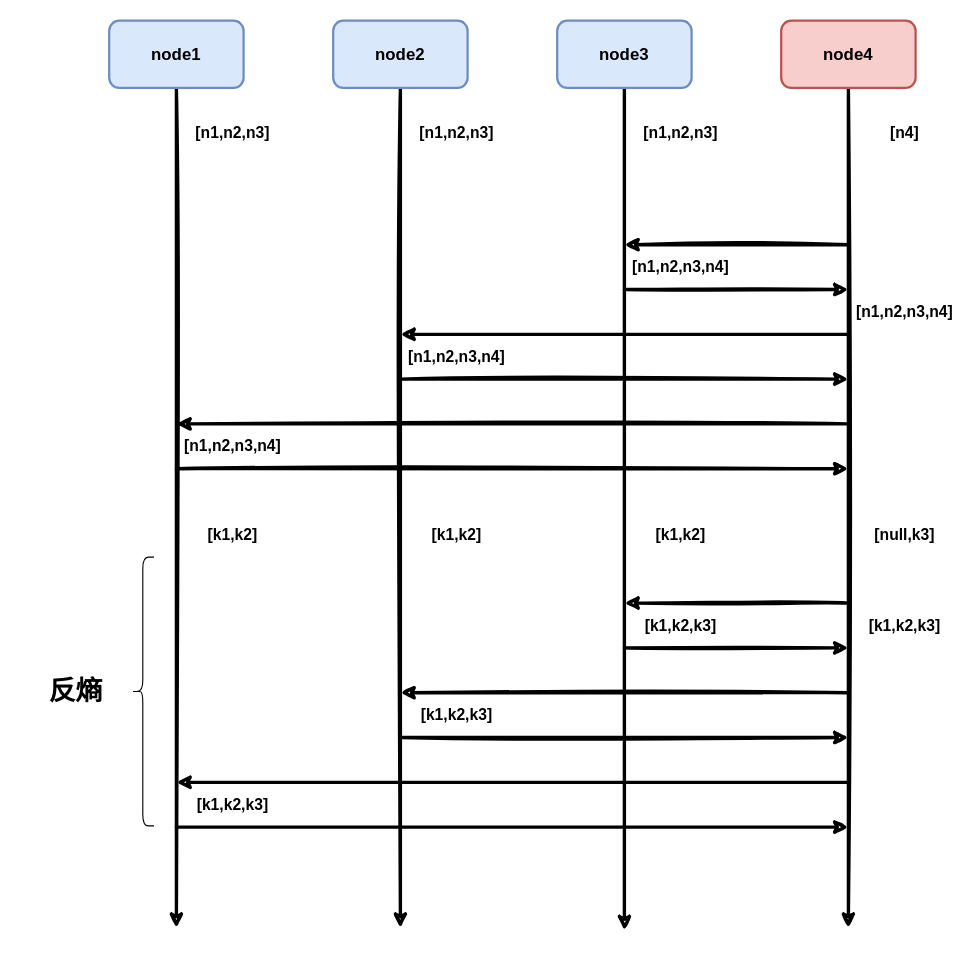
The draw.io diagram distributed/gossip-2.drawio in donscoco/diagrams, before the edit. Source tidied: cells renumbered, new cells numbered last; positions are measured from the earlier drawing's top-left corner, leaving out a move shared by most shapes. Both pictures are drawn from the tidied source at 112%, with x=0, y=0 at pixel (19, 20).
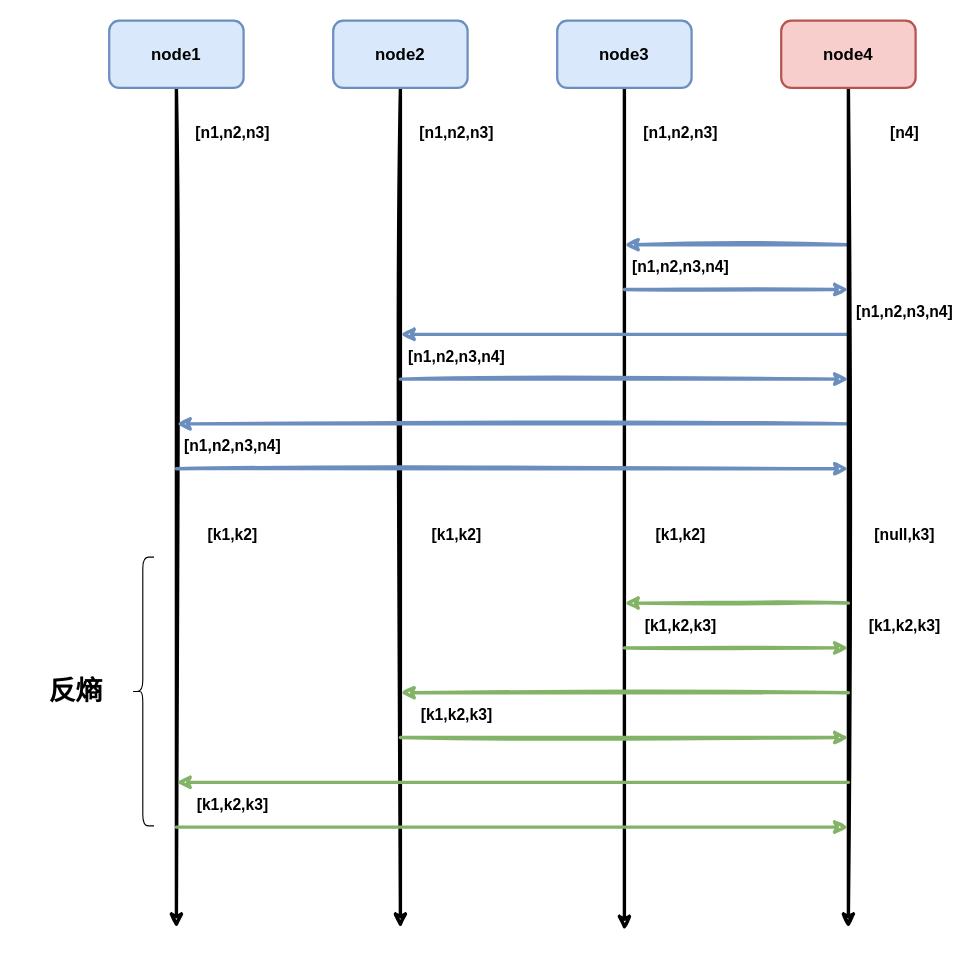
Above is the later version.

Unchanged cells that the change refers to:
```xml
<mxCell id="21" value="[n1,n2,n3,n4]" style="text;strokeColor=none;fillColor=none;html=1;fontSize=14;fontStyle=1;verticalAlign=middle;align=center;sketch=0;" parent="1" vertex="1">
  <mxGeometry x="740" y="240" width="100" height="40" as="geometry" />
</mxCell>
```

What changed in the source:
```diff
@@
-    <mxCell id="9" style="endArrow=classic;html=1;rounded=0;sketch=1;strokeWidth=3;fontSize=15;" parent="1" edge="1">
+    <mxCell id="9" style="endArrow=classic;html=1;rounded=0;sketch=1;strokeWidth=3;fontSize=15;fillColor=#dae8fc;strokeColor=#6c8ebf;" parent="1" edge="1">
       <mxGeometry relative="1" as="geometry">
         <mxPoint x="140" y="400" as="sourcePoint" />
         <mxPoint x="740" y="400" as="targetPoint" />
       </mxGeometry>
     </mxCell>
-    <mxCell id="10" style="endArrow=classic;html=1;rounded=0;sketch=1;strokeWidth=3;fontSize=15;" parent="1" edge="1">
+    <mxCell id="10" style="endArrow=classic;html=1;rounded=0;sketch=1;strokeWidth=3;fontSize=15;fillColor=#dae8fc;strokeColor=#6c8ebf;" parent="1" edge="1">
       <mxGeometry relative="1" as="geometry">
         <mxPoint x="740" y="360" as="sourcePoint" />
         <mxPoint x="140" y="360" as="targetPoint" />
       </mxGeometry>
     </mxCell>
-    <mxCell id="11" style="endArrow=classic;html=1;rounded=0;sketch=1;strokeWidth=3;fontSize=14;" parent="1" edge="1">
+    <mxCell id="11" style="endArrow=classic;html=1;rounded=0;sketch=1;strokeWidth=3;fontSize=14;fillColor=#dae8fc;strokeColor=#6c8ebf;" parent="1" edge="1">
       <mxGeometry relative="1" as="geometry">
         <mxPoint x="540" y="240" as="sourcePoint" />
         <mxPoint x="740" y="240" as="targetPoint" />
       </mxGeometry>
     </mxCell>
-    <mxCell id="12" style="endArrow=classic;html=1;rounded=0;sketch=1;strokeWidth=3;fontSize=15;" parent="1" edge="1">
+    <mxCell id="12" style="endArrow=classic;html=1;rounded=0;sketch=1;strokeWidth=3;fontSize=15;fillColor=#dae8fc;strokeColor=#6c8ebf;" parent="1" edge="1">
       <mxGeometry relative="1" as="geometry">
         <mxPoint x="740" y="200" as="sourcePoint" />
         <mxPoint x="540" y="200" as="targetPoint" />
       </mxGeometry>
     </mxCell>
-    <mxCell id="13" style="endArrow=classic;html=1;rounded=0;sketch=1;strokeWidth=3;fontSize=14;" parent="1" edge="1">
+    <mxCell id="13" style="endArrow=classic;html=1;rounded=0;sketch=1;strokeWidth=3;fontSize=14;fillColor=#dae8fc;strokeColor=#6c8ebf;" parent="1" edge="1">
       <mxGeometry relative="1" as="geometry">
         <mxPoint x="340" y="320" as="sourcePoint" />
         <mxPoint x="740" y="320" as="targetPoint" />
       </mxGeometry>
     </mxCell>
-    <mxCell id="14" style="endArrow=classic;html=1;rounded=0;sketch=1;strokeWidth=3;fontSize=15;exitX=0;exitY=1;exitDx=0;exitDy=0;" parent="1" edge="1" source="21">
+    <mxCell id="14" style="endArrow=classic;html=1;rounded=0;sketch=1;strokeWidth=3;fontSize=15;exitX=0;exitY=1;exitDx=0;exitDy=0;fillColor=#dae8fc;strokeColor=#6c8ebf;" parent="1" edge="1" source="21">
       <mxGeometry relative="1" as="geometry">
         <mxPoint x="340" y="280" as="targetPoint" />
       </mxGeometry>
     </mxCell>
@@
-    <mxCell id="25" style="endArrow=classic;html=1;rounded=0;sketch=1;strokeWidth=3;fontSize=15;" parent="1" edge="1">
+    <mxCell id="25" style="endArrow=classic;html=1;rounded=0;sketch=1;strokeWidth=3;fontSize=15;fillColor=#d5e8d4;strokeColor=#82b366;" parent="1" edge="1">
       <mxGeometry relative="1" as="geometry">
         <mxPoint x="140" y="720" as="sourcePoint" />
         <mxPoint x="740" y="720" as="targetPoint" />
       </mxGeometry>
     </mxCell>
-    <mxCell id="26" style="endArrow=classic;html=1;rounded=0;sketch=1;strokeWidth=3;fontSize=15;" parent="1" edge="1">
+    <mxCell id="26" style="endArrow=classic;html=1;rounded=0;sketch=1;strokeWidth=3;fontSize=15;fillColor=#d5e8d4;strokeColor=#82b366;" parent="1" edge="1">
       <mxGeometry relative="1" as="geometry">
         <mxPoint x="740" y="680" as="sourcePoint" />
         <mxPoint x="140" y="680" as="targetPoint" />
       </mxGeometry>
     </mxCell>
-    <mxCell id="27" style="endArrow=classic;html=1;rounded=0;sketch=1;strokeWidth=3;fontSize=14;" parent="1" edge="1">
+    <mxCell id="27" style="endArrow=classic;html=1;rounded=0;sketch=1;strokeWidth=3;fontSize=14;fillColor=#d5e8d4;strokeColor=#82b366;" parent="1" edge="1">
       <mxGeometry relative="1" as="geometry">
         <mxPoint x="540" y="560" as="sourcePoint" />
         <mxPoint x="740" y="560" as="targetPoint" />
       </mxGeometry>
     </mxCell>
-    <mxCell id="28" style="endArrow=classic;html=1;rounded=0;sketch=1;strokeWidth=3;fontSize=15;" parent="1" edge="1">
+    <mxCell id="28" style="endArrow=classic;html=1;rounded=0;sketch=1;strokeWidth=3;fontSize=15;fillColor=#d5e8d4;strokeColor=#82b366;" parent="1" edge="1">
       <mxGeometry relative="1" as="geometry">
         <mxPoint x="740" y="520" as="sourcePoint" />
         <mxPoint x="540" y="520" as="targetPoint" />
       </mxGeometry>
     </mxCell>
-    <mxCell id="29" style="endArrow=classic;html=1;rounded=0;sketch=1;strokeWidth=3;fontSize=14;" parent="1" edge="1">
+    <mxCell id="29" style="endArrow=classic;html=1;rounded=0;sketch=1;strokeWidth=3;fontSize=14;fillColor=#d5e8d4;strokeColor=#82b366;" parent="1" edge="1">
       <mxGeometry relative="1" as="geometry">
         <mxPoint x="340" y="640" as="sourcePoint" />
         <mxPoint x="740" y="640" as="targetPoint" />
       </mxGeometry>
     </mxCell>
-    <mxCell id="30" style="endArrow=classic;html=1;rounded=0;sketch=1;strokeWidth=3;fontSize=15;exitX=0;exitY=1;exitDx=0;exitDy=0;" parent="1" edge="1">
+    <mxCell id="30" style="endArrow=classic;html=1;rounded=0;sketch=1;strokeWidth=3;fontSize=15;exitX=0;exitY=1;exitDx=0;exitDy=0;fillColor=#d5e8d4;strokeColor=#82b366;" parent="1" edge="1">
       <mxGeometry relative="1" as="geometry">
         <mxPoint x="740" y="600" as="sourcePoint" />
         <mxPoint x="340" y="600" as="targetPoint" />
       </mxGeometry>
     </mxCell>
@@
-    <mxCell id="33" style="edgeStyle=none;rounded=0;sketch=1;orthogonalLoop=1;jettySize=auto;html=1;exitX=0.5;exitY=1;exitDx=0;exitDy=0;strokeColor=default;strokeWidth=3;" parent="1" edge="1">
+    <mxCell id="33" style="edgeStyle=none;rounded=0;sketch=1;orthogonalLoop=1;jettySize=auto;html=1;exitX=0.5;exitY=1;exitDx=0;exitDy=0;strokeColor=#82b366;strokeWidth=3;fillColor=#d5e8d4;" parent="1" edge="1">
       <mxGeometry relative="1" as="geometry">
         <mxPoint x="390" y="518.9" as="sourcePoint" />
         <mxPoint x="390" y="518.9" as="targetPoint" />
       </mxGeometry>
     </mxCell>
@@
-    <mxCell id="37" value="[k1,k2,k3]" style="text;strokeColor=none;fillColor=none;html=1;fontSize=14;fontStyle=1;verticalAlign=middle;align=center;sketch=0;" parent="1" vertex="1">
+    <mxCell id="37" value="[k1,k2,k3]" style="text;html=1;fontSize=14;fontStyle=1;verticalAlign=middle;align=center;sketch=0;" parent="1" vertex="1">
       <mxGeometry x="540" y="520" width="100" height="40" as="geometry" />
     </mxCell>
-    <mxCell id="38" value="[k1,k2,k3]" style="text;strokeColor=none;fillColor=none;html=1;fontSize=14;fontStyle=1;verticalAlign=middle;align=center;sketch=0;" parent="1" vertex="1">
+    <mxCell id="38" value="[k1,k2,k3]" style="text;html=1;fontSize=14;fontStyle=1;verticalAlign=middle;align=center;sketch=0;" parent="1" vertex="1">
       <mxGeometry x="340" y="600" width="100" height="40" as="geometry" />
     </mxCell>
-    <mxCell id="39" value="[k1,k2,k3]" style="text;strokeColor=none;fillColor=none;html=1;fontSize=14;fontStyle=1;verticalAlign=middle;align=center;sketch=0;" parent="1" vertex="1">
+    <mxCell id="39" value="[k1,k2,k3]" style="text;html=1;fontSize=14;fontStyle=1;verticalAlign=middle;align=center;sketch=0;" parent="1" vertex="1">
       <mxGeometry x="140" y="680" width="100" height="40" as="geometry" />
     </mxCell>
```
